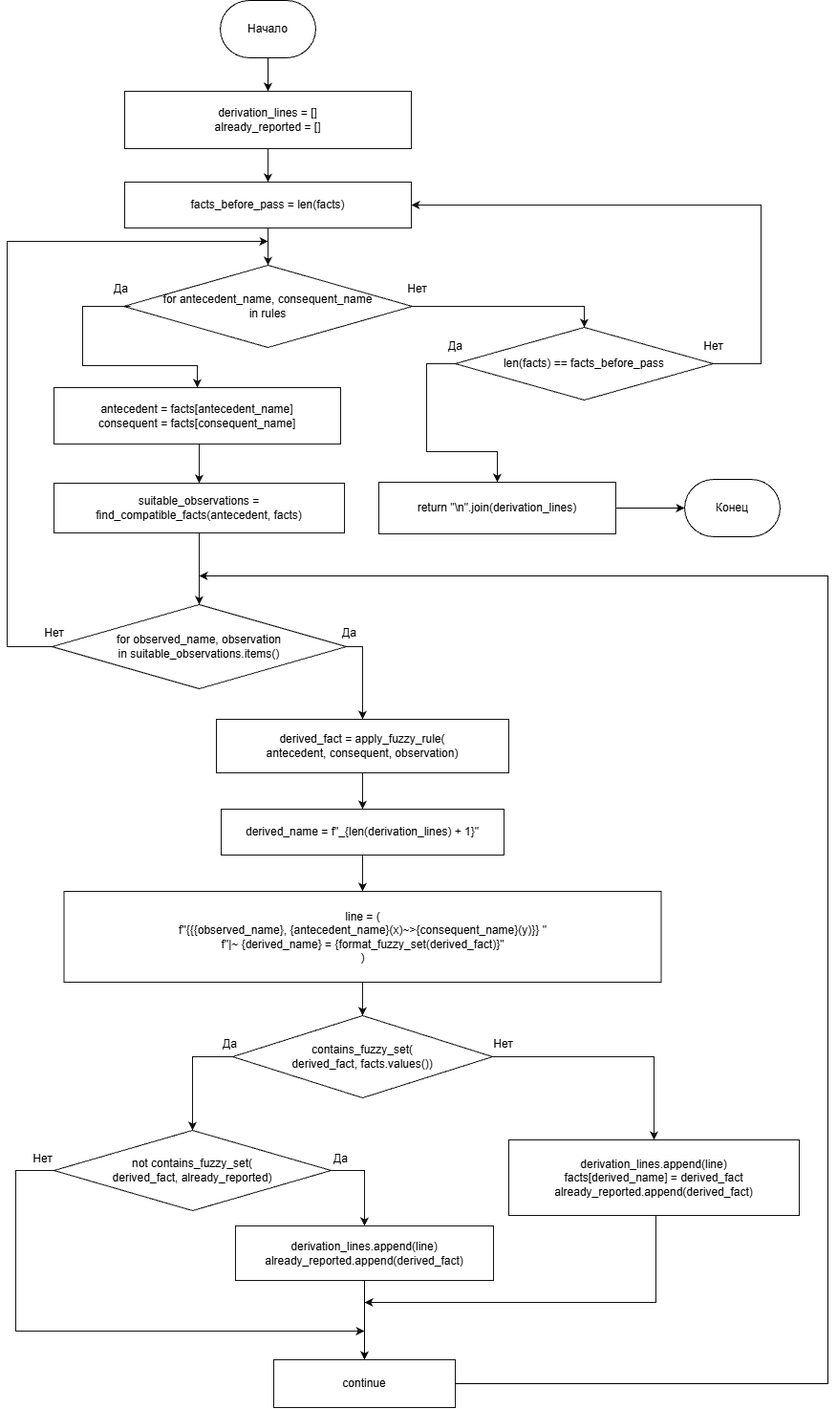
Before: figures/forward_fuzzy_inference.drawio.png, a diagram exported from draw.io (Qudef1/lois). Source tidied: cells renumbered, new cells last; positions are measured from the earlier drawing's top-left corner, leaving out a move shared by most shapes.
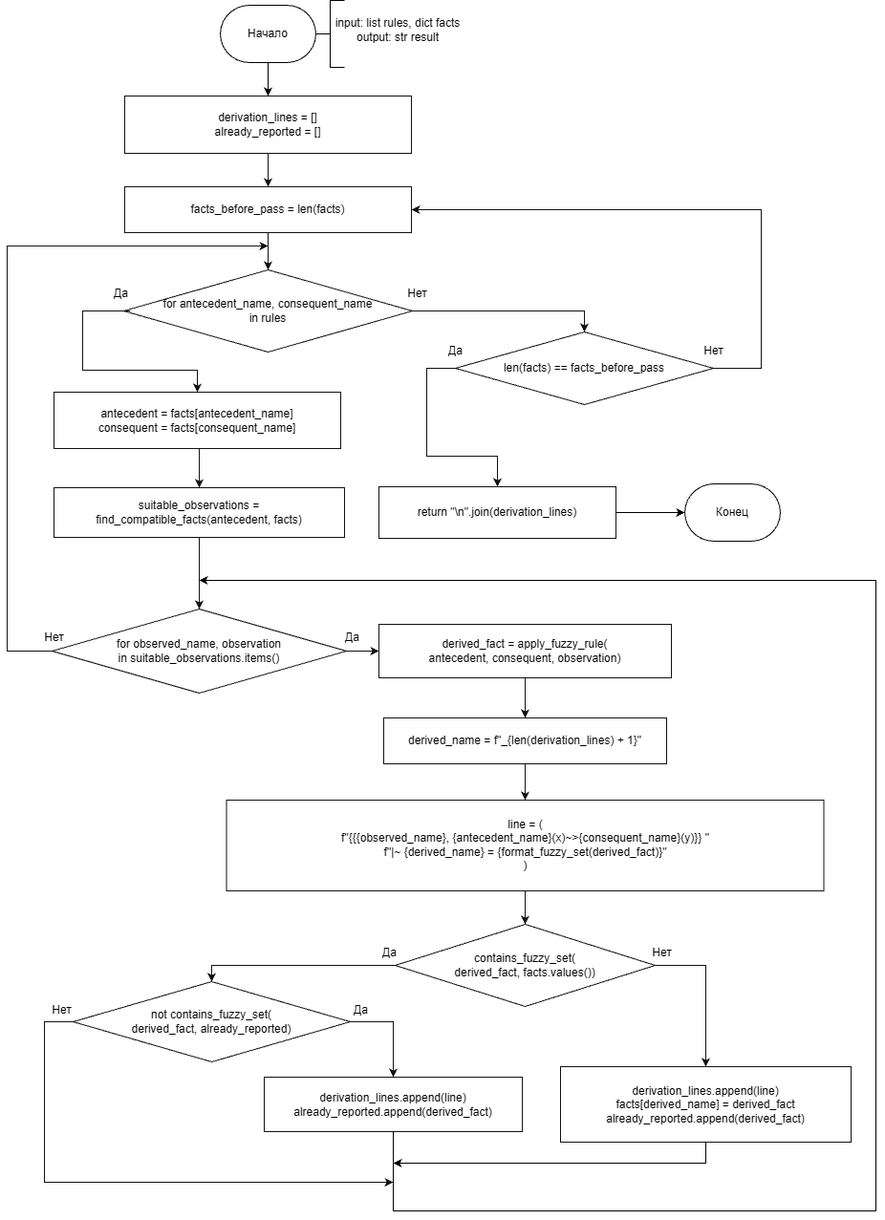
After the commit.

Change to the diagram source:
```diff
@@ -21,28 +21,33 @@
       <mxGeometry x="47" y="632" width="308" height="88" as="geometry" />
     </mxCell>
     <mxCell id="8" value="derived_fact = apply_fuzzy_rule(&lt;br&gt;antecedent, consequent, observation)" style="rounded=0;whiteSpace=wrap;html=1;fillColor=#ffffff;strokeColor=#111111;fontSize=12;align=center;verticalAlign=middle;spacing=5;" parent="1" vertex="1">
-      <mxGeometry x="219" y="752" width="306" height="56" as="geometry" />
+      <mxGeometry x="389" y="648" width="306" height="56" as="geometry" />
     </mxCell>
     <mxCell id="9" value="derived_name = f&quot;_{len(derivation_lines) + 1}&quot;" style="rounded=0;whiteSpace=wrap;html=1;fillColor=#ffffff;strokeColor=#111111;fontSize=12;align=center;verticalAlign=middle;spacing=5;" parent="1" vertex="1">
-      <mxGeometry x="224" y="846" width="296" height="48" as="geometry" />
+      <mxGeometry x="394" y="746" width="296" height="48" as="geometry" />
     </mxCell>
     <mxCell id="10" value="line = (&lt;br&gt;    f&quot;{{{observed_name}, {antecedent_name}(x)~&gt;{consequent_name}(y)}} &quot;&lt;br&gt;    f&quot;|~ {derived_name} = {format_fuzzy_set(derived_fact)}&quot;&lt;br&gt;)" style="rounded=0;whiteSpace=wrap;html=1;fillColor=#ffffff;strokeColor=#111111;fontSize=12;align=center;verticalAlign=middle;spacing=5;" parent="1" vertex="1">
-      <mxGeometry x="59.5" y="932" width="625" height="95" as="geometry" />
+      <mxGeometry x="229.5" y="832" width="625" height="95" as="geometry" />
     </mxCell>
     <mxCell id="11" value="contains_fuzzy_set(&lt;br&gt;derived_fact, facts.values())" style="rhombus;whiteSpace=wrap;html=1;fillColor=#ffffff;strokeColor=#111111;fontSize=12;align=center;verticalAlign=middle;spacing=3;" parent="1" vertex="1">
-      <mxGeometry x="236" y="1062" width="272" height="86" as="geometry" />
+      <mxGeometry x="406" y="962" width="272" height="86" as="geometry" />
     </mxCell>
     <mxCell id="12" value="not contains_fuzzy_set(&lt;br&gt;derived_fact, already_reported)" style="rhombus;whiteSpace=wrap;html=1;fillColor=#ffffff;strokeColor=#111111;fontSize=12;align=center;verticalAlign=middle;spacing=3;" parent="1" vertex="1">
-      <mxGeometry x="49" y="1182" width="290" height="84" as="geometry" />
+      <mxGeometry x="69" y="1022" width="290" height="84" as="geometry" />
     </mxCell>
-    <mxCell id="13" style="edgeStyle=orthogonalEdgeStyle;rounded=0;jettySize=auto;html=1;exitX=0.5;exitY=1;exitDx=0;exitDy=0;entryX=0.5;entryY=0;entryDx=0;entryDy=0;" parent="1" edge="1" source="14" target="20">
-      <mxGeometry relative="1" as="geometry" />
-    </mxCell>
     <mxCell id="14" value="derivation_lines.append(line)&lt;br&gt;already_reported.append(derived_fact)" style="rounded=0;whiteSpace=wrap;html=1;fillColor=#ffffff;strokeColor=#111111;fontSize=12;align=center;verticalAlign=middle;spacing=5;" parent="1" vertex="1">
-      <mxGeometry x="239" y="1282" width="270" height="57" as="geometry" />
+      <mxGeometry x="269" y="1122" width="270" height="57" as="geometry" />
     </mxCell>
+    <mxCell id="42" style="edgeStyle=orthogonalEdgeStyle;rounded=0;jettySize=auto;html=1;exitX=0.5;exitY=1;exitDx=0;exitDy=0;defaultLabelBackgroundColor=page;labelPadding=0 4;" parent="1" edge="1" source="15">
+      <mxGeometry x="0.11" relative="1" as="geometry">
+        <mxPoint x="404" y="1212" as="targetPoint" />
+        <Array as="points">
+          <mxPoint x="731" y="1212" />
+        </Array>
+      </mxGeometry>
+    </mxCell>
     <mxCell id="15" value="derivation_lines.append(line)&lt;br&gt;facts[derived_name] = derived_fact&lt;br&gt;already_reported.append(derived_fact)" style="rounded=0;whiteSpace=wrap;html=1;fillColor=#ffffff;strokeColor=#111111;fontSize=12;align=center;verticalAlign=middle;spacing=5;" parent="1" vertex="1">
-      <mxGeometry x="525" y="1192" width="304" height="79" as="geometry" />
+      <mxGeometry x="579" y="1111" width="304" height="79" as="geometry" />
     </mxCell>
     <mxCell id="16" value="len(facts) == facts_before_pass" style="rhombus;whiteSpace=wrap;html=1;fillColor=#ffffff;strokeColor=#111111;fontSize=12;align=center;verticalAlign=middle;spacing=3;" parent="1" vertex="1">
       <mxGeometry x="469" y="342" width="270" height="76" as="geometry" />
@@ -53,19 +58,16 @@
     <mxCell id="18" value="return &quot;\n&quot;.join(derivation_lines)" style="rounded=0;whiteSpace=wrap;html=1;fillColor=#ffffff;strokeColor=#111111;fontSize=12;align=center;verticalAlign=middle;spacing=5;" parent="1" vertex="1">
       <mxGeometry x="389" y="504" width="248" height="54" as="geometry" />
     </mxCell>
-    <mxCell id="19" style="edgeStyle=orthogonalEdgeStyle;rounded=0;jettySize=auto;html=1;exitX=1;exitY=0.5;exitDx=0;exitDy=0;" parent="1" edge="1" source="20">
-      <mxGeometry x="-0.03" relative="1" as="geometry">
+    <mxCell id="19" style="edgeStyle=orthogonalEdgeStyle;rounded=0;jettySize=auto;html=1;exitX=0.5;exitY=1;exitDx=0;exitDy=0;" parent="1" edge="1" source="14">
+      <mxGeometry x="-0.14" relative="1" as="geometry">
         <mxPoint x="201" y="602" as="targetPoint" />
         <Array as="points">
-          <mxPoint x="859" y="1447" />
-          <mxPoint x="859" y="602" />
-          <mxPoint x="201" y="602" />
+          <mxPoint x="404" y="1262" />
+          <mxPoint x="909" y="1262" />
+          <mxPoint x="909" y="602" />
         </Array>
       </mxGeometry>
     </mxCell>
-    <mxCell id="20" value="continue" style="rounded=0;whiteSpace=wrap;html=1;fillColor=#ffffff;strokeColor=#111111;fontSize=12;align=center;verticalAlign=middle;spacing=5;" parent="1" vertex="1">
-      <mxGeometry x="279" y="1422" width="190" height="50" as="geometry" />
-    </mxCell>
     <mxCell id="21" style="edgeStyle=segmentEdgeStyle;rounded=0;jettySize=auto;html=1;strokeWidth=1;strokeColor=#111111;endArrow=classic;endFill=1;fontSize=12;labelBackgroundColor=#ffffff;exitX=0.5;exitY=1;exitDx=0;exitDy=0;entryX=0.5;entryY=0;entryDx=0;entryDy=0;" parent="1" edge="1" source="2" target="3">
       <mxGeometry relative="1" as="geometry" />
     </mxCell>
@@ -118,8 +120,8 @@
         <mxPoint x="2" as="offset" />
       </mxGeometry>
     </mxCell>
-    <mxCell id="30" value="Да" style="edgeStyle=segmentEdgeStyle;rounded=0;jettySize=auto;html=1;strokeWidth=1;strokeColor=#111111;endArrow=classic;endFill=1;fontSize=12;labelBackgroundColor=#ffffff;exitX=1;exitY=0.5;exitDx=0;exitDy=0;entryX=0.5;entryY=0;entryDx=0;entryDy=0;" parent="1" edge="1" source="7" target="8">
-      <mxGeometry x="-0.93" y="14" relative="1" as="geometry" />
+    <mxCell id="30" value="Да" style="edgeStyle=segmentEdgeStyle;rounded=0;jettySize=auto;html=1;strokeWidth=1;strokeColor=#111111;endArrow=classic;endFill=1;fontSize=12;labelBackgroundColor=#ffffff;exitX=1;exitY=0.5;exitDx=0;exitDy=0;entryX=0;entryY=0.5;entryDx=0;entryDy=0;" parent="1" edge="1" source="7" target="8">
+      <mxGeometry x="-0.63" y="14" relative="1" as="geometry" />
     </mxCell>
     <mxCell id="31" style="edgeStyle=segmentEdgeStyle;rounded=0;jettySize=auto;html=1;strokeWidth=1;strokeColor=#111111;endArrow=classic;endFill=1;fontSize=12;labelBackgroundColor=#ffffff;exitX=0.5;exitY=1;exitDx=0;exitDy=0;entryX=0.5;entryY=0;entryDx=0;entryDy=0;" parent="1" edge="1" source="8" target="9">
       <mxGeometry relative="1" as="geometry" />
@@ -141,22 +143,13 @@
     </mxCell>
     <mxCell id="37" value="Нет" style="edgeStyle=segmentEdgeStyle;rounded=0;jettySize=auto;html=1;strokeWidth=1;strokeColor=#111111;endArrow=classic;endFill=1;fontSize=12;labelBackgroundColor=#ffffff;exitX=0;exitY=0.5;exitDx=0;exitDy=0;" parent="1" edge="1" source="12">
       <mxGeometry x="-0.96" y="-12" relative="1" as="geometry">
-        <mxPoint x="374" y="1392" as="targetPoint" />
+        <mxPoint x="404" y="1232" as="targetPoint" />
         <Array as="points">
-          <mxPoint x="9" y="1224" />
-          <mxPoint x="9" y="1392" />
+          <mxPoint x="39" y="1064" />
+          <mxPoint x="39" y="1232" />
         </Array>
       </mxGeometry>
     </mxCell>
-    <mxCell id="38" style="edgeStyle=segmentEdgeStyle;rounded=0;jettySize=auto;html=1;strokeWidth=1;strokeColor=#111111;endArrow=classic;endFill=1;fontSize=12;labelBackgroundColor=#ffffff;exitX=0.5;exitY=1;exitDx=0;exitDy=0;" parent="1" edge="1" source="15">
-      <mxGeometry x="-0.12" relative="1" as="geometry">
-        <mxPoint x="374" y="1362" as="targetPoint" />
-        <Array as="points">
-          <mxPoint x="679" y="1271" />
-          <mxPoint x="679" y="1362" />
-        </Array>
-      </mxGeometry>
-    </mxCell>
     <mxCell id="39" value="Конец" style="strokeWidth=1;html=1;shape=mxgraph.flowchart.terminator;whiteSpace=wrap;" parent="1" vertex="1">
       <mxGeometry x="709" y="501" width="100" height="60" as="geometry" />
     </mxCell>
@@ -166,5 +159,11 @@
     <mxCell id="41" value="Начало" style="strokeWidth=1;html=1;shape=mxgraph.flowchart.terminator;whiteSpace=wrap;" parent="1" vertex="1">
       <mxGeometry x="223" width="100" height="60" as="geometry" />
     </mxCell>
+    <mxCell id="43" style="strokeWidth=1;html=1;shape=mxgraph.flowchart.annotation_2;align=left;labelPosition=right;labelPerimeter=1;" parent="1" vertex="1">
+      <mxGeometry x="323" y="-5" width="30" height="70" as="geometry" />
+    </mxCell>
+    <mxCell id="44" value="&lt;div&gt;input: list rules, dict facts&lt;/div&gt;&lt;div&gt;output: str result&lt;/div&gt;" style="text;html=1;whiteSpace=wrap;strokeColor=none;fillColor=none;align=center;verticalAlign=middle;rounded=0;" parent="1" vertex="1">
+      <mxGeometry x="329" y="2" width="160" height="48" as="geometry" />
+    </mxCell>
   </root>
 </mxGraphModel>
```
